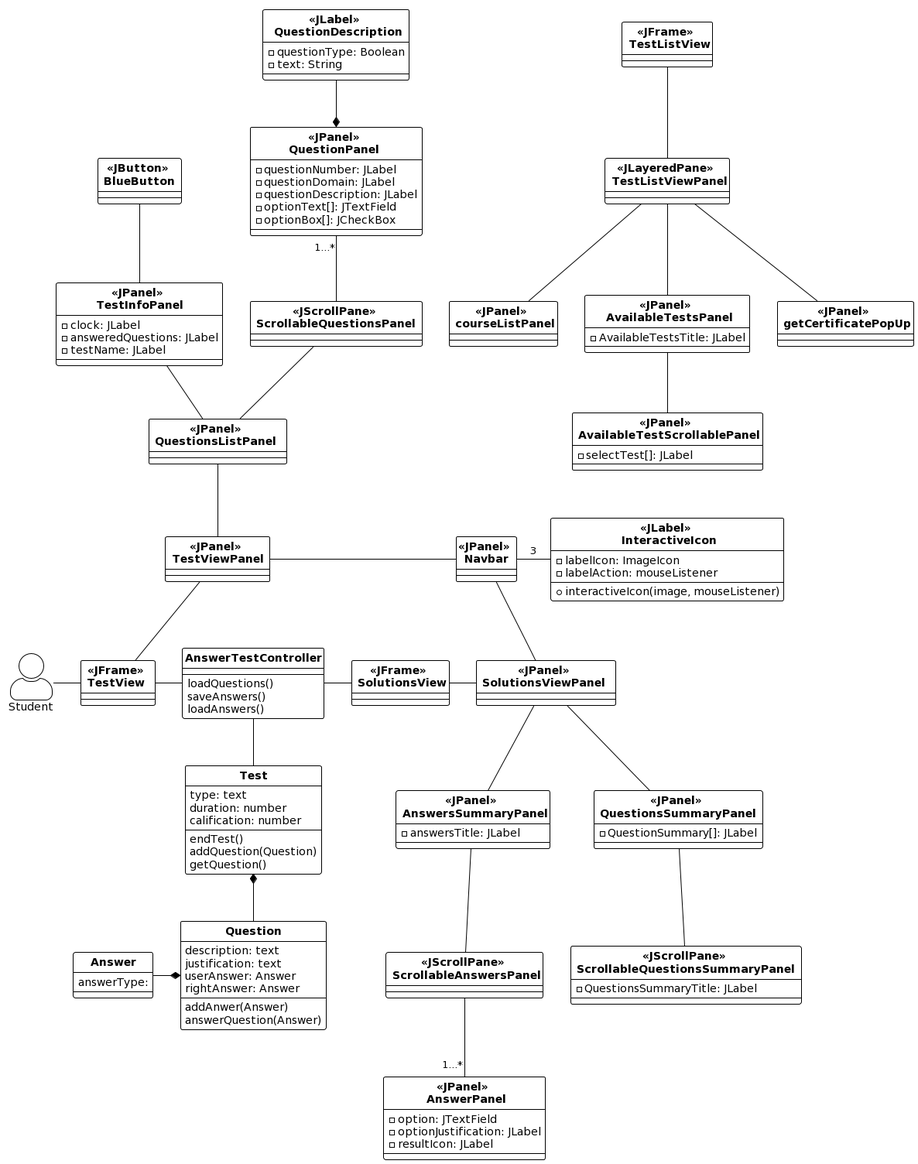
MiguelCiav/Uhuru keeps this PlantUML diagram as out/docs/logicalView/designView/usecaseDesign/designClasses/designClassesUseCase2.png. Above is the earlier version. The source it was exported from:
```plantuml
@startuml
<style>
classDiagram {
  class {
      header {
        FontStyle bold
      }
  }
}
</style>

!theme plain
hide circle

skinparam actorStyle awesome
allowmixing

actor Student


Class "<<JPanel>> \n Navbar " as Navbar {
}

Class "<<JLabel>> \n InteractiveIcon" as InteractiveIcon {
    - labelIcon: ImageIcon
    - labelAction: mouseListener
    + interactiveIcon(image, mouseListener)
}

InteractiveIcon -l- Navbar: 3


Class "<<JPanel>> \n TestViewPanel " as TestViewPanel {

}

Class "<<JPanel>> \n QuestionsListPanel  " as QuestionsListPanel {

}

Class "<<JPanel>> \n TestInfoPanel " as TestInfoPanel {
    - clock: JLabel
    - answeredQuestions: JLabel
    - testName: JLabel
}

Class "<<JScrollPane>> \n ScrollableQuestionsPanel " as ScrollableQuestionsPanel {

}

Class "<<JButton>> \n BlueButton " as BlueButton {

}

Class "<<JPanel>> \n QuestionPanel  " as QuestionPanel {
    - questionNumber: JLabel
    - questionDomain: JLabel
    - questionDescription: JLabel
    - optionText[]: JTextField
    - optionBox[]: JCheckBox
}

Class "<<JLabel>> \n QuestionDescription" as QuestionDescription {
    - questionType: Boolean
    - text: String
}

Class "<<JFrame>> \n TestView  " as TestView{

}

QuestionPanel "1...*" -- ScrollableQuestionsPanel
TestInfoPanel -- QuestionsListPanel
BlueButton -- TestInfoPanel
ScrollableQuestionsPanel -- QuestionsListPanel
Navbar -l- TestViewPanel
QuestionsListPanel -- TestViewPanel
TestViewPanel -- TestView
QuestionDescription -d-* QuestionPanel


Class "<<JFrame>> \n SolutionsView" as SolutionsView {


}

Class "<<JPanel>> \n SolutionsViewPanel  " as SolutionsViewPanel {

}

CLass "<<JPanel>> \n QuestionsSummaryPanel " as QuestionsSummaryPanel {
    - QuestionSummary[]: JLabel
}

Class "<<JScrollPane>> \n ScrollableQuestionsSummaryPanel " as ScrollableQuestionsSummaryPanel {
    - QuestionsSummaryTitle: JLabel
}

Class "<<JPanel>> \n AnswersSummaryPanel" as AnswersSummaryPanel {
    - answersTitle: JLabel
}

Class "<<JScrollPane>> \n ScrollableAnswersPanel" as ScrollableAnswersPanel {

}

Class "<<JPanel>> \n AnswerPanel" as AnswerPanel {
    - option: JTextField
    - optionJustification: JLabel
    - resultIcon: JLabel
}

SolutionsView -r- SolutionsViewPanel
SolutionsViewPanel -- AnswersSummaryPanel
SolutionsViewPanel -- QuestionsSummaryPanel
SolutionsViewPanel -u- Navbar
QuestionsSummaryPanel -- ScrollableQuestionsSummaryPanel
AnswersSummaryPanel -- ScrollableAnswersPanel
ScrollableAnswersPanel -- "1...*" AnswerPanel


Class AnswerTestController{
    loadQuestions()
    saveAnswers()
    loadAnswers()
}

Class Test{

    type: text
    duration: number
    calification: number

    endTest()
    addQuestion(Question)
    getQuestion()
}

Class Question{

    description: text
    justification: text
    userAnswer: Answer
    rightAnswer: Answer

    addAnwer(Answer)
    answerQuestion(Answer)
}

Class Answer{

    answerType:
}


class "<<JFrame>> \n TestListView" as TestListView {

}

class "<<JLayeredPane>> \n TestListViewPanel" as TestListViewPanel {

}

class "<<JPanel>> \n courseListPanel" as courseListPanel {

}

class "<<JPanel>> \n AvailableTestsPanel" as AvailableTestsPanel {
    - AvailableTestsTitle: JLabel
}

class "<<JPanel>> \n AvailableTestScrollablePanel" as AvailableTestScrollablePanel {
    - selectTest[]: JLabel
}

class "<<JPanel>> \n getCertificatePopUp" as getCertificatePopUp {

}


TestListView -- TestListViewPanel
TestListViewPanel -- courseListPanel
TestListViewPanel -- AvailableTestsPanel
TestListViewPanel -- getCertificatePopUp
AvailableTestsPanel -- AvailableTestScrollablePanel

Student -r- TestView

TestView -r- AnswerTestController

AnswerTestController -r- SolutionsView

AnswerTestController -d- Test

Question -u-* Test

Answer -r-* Question
@enduml
```
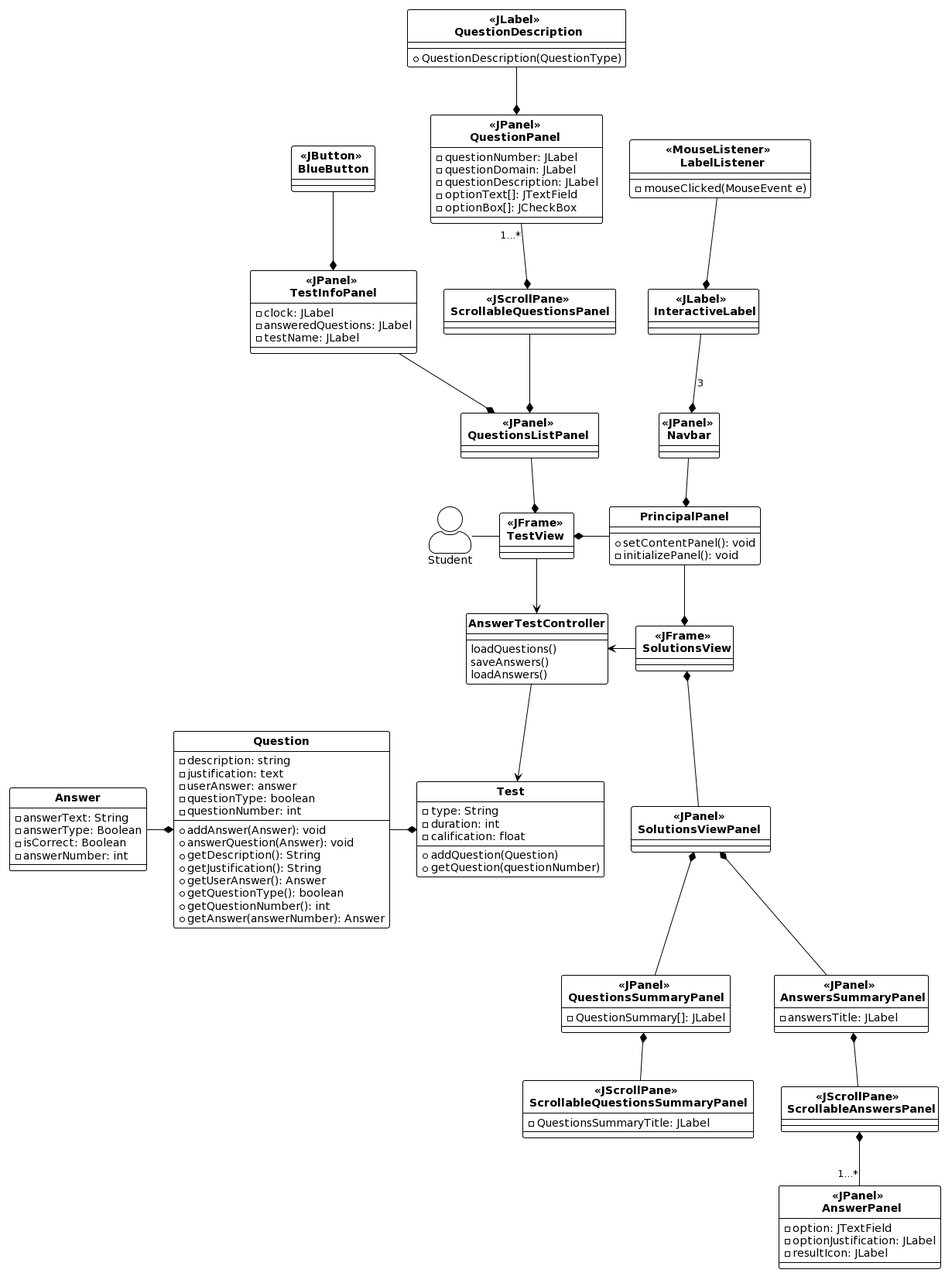
Above is the later version.

Diff of the diagram source:
```diff
@@ -18,21 +18,30 @@
 actor Student
 
 
-Class "<<JPanel>> \n Navbar " as Navbar {
+Class PrincipalPanel {
+    + setContentPanel(): void
+    - initializePanel(): void
 }
 
-Class "<<JLabel>> \n InteractiveIcon" as InteractiveIcon {
-    - labelIcon: ImageIcon
-    - labelAction: mouseListener
-    + interactiveIcon(image, mouseListener)
+Navbar -d-* PrincipalPanel
+
+
+Class "<<JPanel>> \n Navbar " as Navbar {
+
 }
 
-InteractiveIcon -l- Navbar: 3
 
-
-Class "<<JPanel>> \n TestViewPanel " as TestViewPanel {
+Class "<<JLabel>> \n InteractiveLabel" as InteractiveLabel {
 
 }
+
+Class "<<MouseListener>> \n LabelListener" as LabelListener {
+    - mouseClicked(MouseEvent e)
+}
+
+InteractiveLabel -d-* Navbar: 3
+LabelListener --* InteractiveLabel
+
 
 Class "<<JPanel>> \n QuestionsListPanel  " as QuestionsListPanel {
 
@@ -61,22 +70,21 @@
 }
 
 Class "<<JLabel>> \n QuestionDescription" as QuestionDescription {
-    - questionType: Boolean
-    - text: String
+    + QuestionDescription(QuestionType)
 }
 
 Class "<<JFrame>> \n TestView  " as TestView{
 
 }
 
-QuestionPanel "1...*" -- ScrollableQuestionsPanel
-TestInfoPanel -- QuestionsListPanel
-BlueButton -- TestInfoPanel
-ScrollableQuestionsPanel -- QuestionsListPanel
-Navbar -l- TestViewPanel
-QuestionsListPanel -- TestViewPanel
-TestViewPanel -- TestView
-QuestionDescription -d-* QuestionPanel
+PrincipalPanel -l-* TestView
+
+QuestionPanel "1...*" --* ScrollableQuestionsPanel
+TestInfoPanel --* QuestionsListPanel
+BlueButton --* TestInfoPanel
+ScrollableQuestionsPanel --* QuestionsListPanel
+QuestionsListPanel --* TestView
+QuestionDescription --* QuestionPanel
 
 
 Class "<<JFrame>> \n SolutionsView" as SolutionsView {
@@ -110,13 +118,13 @@
     - resultIcon: JLabel
 }
 
-SolutionsView -r- SolutionsViewPanel
-SolutionsViewPanel -- AnswersSummaryPanel
-SolutionsViewPanel -- QuestionsSummaryPanel
-SolutionsViewPanel -u- Navbar
-QuestionsSummaryPanel -- ScrollableQuestionsSummaryPanel
-AnswersSummaryPanel -- ScrollableAnswersPanel
-ScrollableAnswersPanel -- "1...*" AnswerPanel
+PrincipalPanel --* SolutionsView
+SolutionsView *-- SolutionsViewPanel
+SolutionsViewPanel *-- AnswersSummaryPanel
+SolutionsViewPanel *-- QuestionsSummaryPanel
+QuestionsSummaryPanel *-- ScrollableQuestionsSummaryPanel
+AnswersSummaryPanel *-- ScrollableAnswersPanel
+ScrollableAnswersPanel *-- "1...*" AnswerPanel
 
 
 Class AnswerTestController{
@@ -127,72 +135,44 @@
 
 Class Test{
 
-    type: text
-    duration: number
-    calification: number
+    - type: String
+    - duration: int
+    - calification: float
 
-    endTest()
-    addQuestion(Question)
-    getQuestion()
+    + addQuestion(Question)
+    + getQuestion(questionNumber)
 }
 
 Class Question{
 
-    description: text
-    justification: text
-    userAnswer: Answer
-    rightAnswer: Answer
+    - description: string
+    - justification: text
+    - userAnswer: answer
+    - questionType: boolean
+    - questionNumber: int
 
-    addAnwer(Answer)
-    answerQuestion(Answer)
+    + addAnswer(Answer): void
+    + answerQuestion(Answer): void
+    + getDescription(): String
+    + getJustification(): String
+    + getUserAnswer(): Answer
+    + getQuestionType(): boolean
+    + getQuestionNumber(): int
+    + getAnswer(answerNumber): Answer
 }
 
 Class Answer{
 
-    answerType:
+    - answerText: String
+    - answerType: Boolean
+    - isCorrect: Boolean
+    - answerNumber: int
 }
 
-
-class "<<JFrame>> \n TestListView" as TestListView {
-
-}
-
-class "<<JLayeredPane>> \n TestListViewPanel" as TestListViewPanel {
-
-}
-
-class "<<JPanel>> \n courseListPanel" as courseListPanel {
-
-}
-
-class "<<JPanel>> \n AvailableTestsPanel" as AvailableTestsPanel {
-    - AvailableTestsTitle: JLabel
-}
-
-class "<<JPanel>> \n AvailableTestScrollablePanel" as AvailableTestScrollablePanel {
-    - selectTest[]: JLabel
-}
-
-class "<<JPanel>> \n getCertificatePopUp" as getCertificatePopUp {
-
-}
-
-
-TestListView -- TestListViewPanel
-TestListViewPanel -- courseListPanel
-TestListViewPanel -- AvailableTestsPanel
-TestListViewPanel -- getCertificatePopUp
-AvailableTestsPanel -- AvailableTestScrollablePanel
-
 Student -r- TestView
-
-TestView -r- AnswerTestController
-
-AnswerTestController -r- SolutionsView
-
-AnswerTestController -d- Test
-
-Question -u-* Test
-
+TestView --> AnswerTestController
+AnswerTestController <-r- SolutionsView
+AnswerTestController --> Test
+Question -r-* Test
 Answer -r-* Question
 @enduml
```
